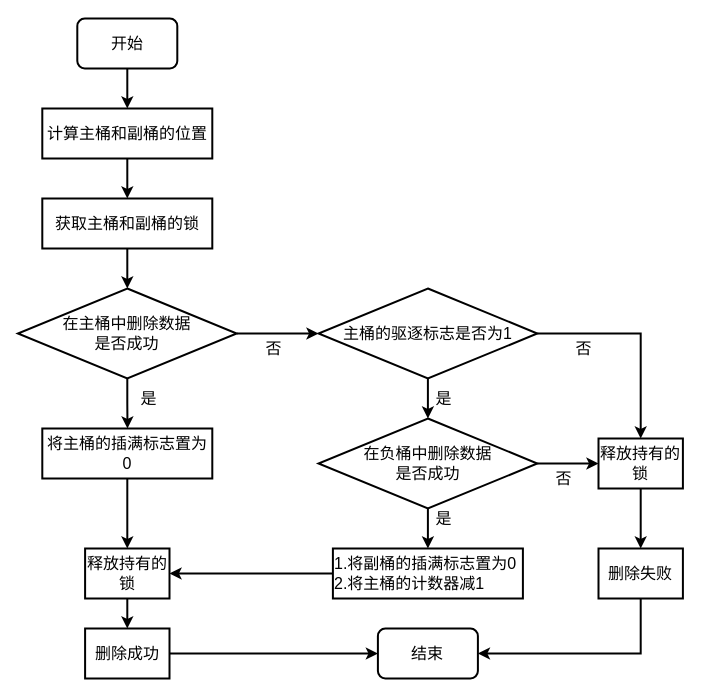
Above: page "删除操作流程" (15 of 17) of 毕业论文.drawio in HustDsy/Picture (draw.io), before the change. Source tidied: cells renumbered, new cells numbered last; positions are measured from the earlier drawing's top-left corner, leaving out a move shared by most shapes. Both pictures are drawn from the tidied source at 100%, with x=0, y=0 at pixel (17, 18).
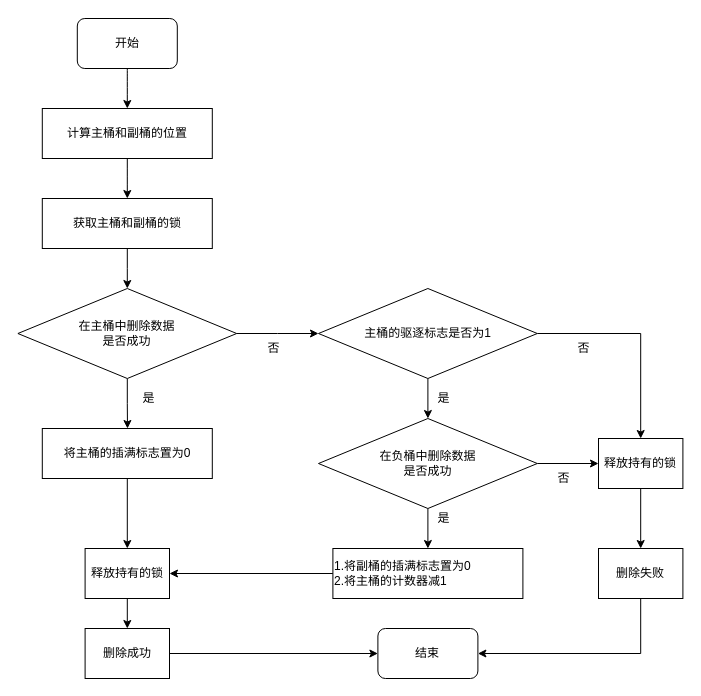
The same page after the edit.

Diff of the diagram source:
```diff
@@
-    <mxCell id="2" style="edgeStyle=orthogonalEdgeStyle;curved=1;rounded=0;jettySize=auto;html=1;exitX=0.5;exitY=1;exitDx=0;exitDy=0;entryX=0.5;entryY=0;entryDx=0;entryDy=0;fontFamily=简宋;fontSize=16;fontColor=default;strokeWidth=2;" parent="1" edge="1" source="3" target="5">
+    <mxCell id="2" style="edgeStyle=orthogonalEdgeStyle;curved=1;rounded=0;jettySize=auto;html=1;exitX=0.5;exitY=1;exitDx=0;exitDy=0;entryX=0.5;entryY=0;entryDx=0;entryDy=0;fontFamily=简宋;fontSize=12;fontColor=default;strokeWidth=1;" parent="1" edge="1" source="3" target="5">
       <mxGeometry relative="1" as="geometry" />
     </mxCell>
-    <mxCell id="3" value="&lt;font style=&quot;font-size: 16px&quot;&gt;开始&lt;/font&gt;" style="rounded=1;whiteSpace=wrap;html=1;comic=0;fontFamily=简宋;fontSize=16;strokeWidth=2;" parent="1" vertex="1">
+    <mxCell id="3" value="&lt;font style=&quot;font-size: 12px;&quot;&gt;开始&lt;/font&gt;" style="rounded=1;whiteSpace=wrap;html=1;comic=0;fontFamily=简宋;fontSize=12;strokeWidth=1;" parent="1" vertex="1">
       <mxGeometry x="59.8" width="100" height="50" as="geometry" />
     </mxCell>
-    <mxCell id="4" style="edgeStyle=orthogonalEdgeStyle;curved=1;rounded=0;jettySize=auto;html=1;exitX=0.5;exitY=1;exitDx=0;exitDy=0;fontFamily=简宋;fontSize=16;fontColor=default;strokeWidth=2;" parent="1" edge="1" source="5">
+    <mxCell id="4" style="edgeStyle=orthogonalEdgeStyle;curved=1;rounded=0;jettySize=auto;html=1;exitX=0.5;exitY=1;exitDx=0;exitDy=0;fontFamily=简宋;fontSize=12;fontColor=default;strokeWidth=1;" parent="1" edge="1" source="5">
       <mxGeometry relative="1" as="geometry">
         <mxPoint x="109.8" y="180" as="targetPoint" />
       </mxGeometry>
     </mxCell>
-    <mxCell id="5" value="计算主桶和副桶的位置" style="rounded=0;whiteSpace=wrap;html=1;comic=0;fontFamily=简宋;fontSize=16;fontColor=default;strokeColor=#000000;strokeWidth=2;fillColor=#FFFFFF;" parent="1" vertex="1">
+    <mxCell id="5" value="计算主桶和副桶的位置" style="rounded=0;whiteSpace=wrap;html=1;comic=0;fontFamily=简宋;fontSize=12;fontColor=default;strokeColor=#000000;strokeWidth=1;fillColor=#FFFFFF;" parent="1" vertex="1">
       <mxGeometry x="24.8" y="90" width="170" height="50" as="geometry" />
     </mxCell>
-    <mxCell id="6" style="edgeStyle=orthogonalEdgeStyle;rounded=0;jettySize=auto;html=1;exitX=0.5;exitY=1;exitDx=0;exitDy=0;fontFamily=简宋;fontSize=16;fontColor=default;strokeWidth=2;" parent="1" edge="1" source="7">
+    <mxCell id="6" style="edgeStyle=orthogonalEdgeStyle;rounded=0;jettySize=auto;html=1;exitX=0.5;exitY=1;exitDx=0;exitDy=0;fontFamily=简宋;fontSize=12;fontColor=default;strokeWidth=1;" parent="1" edge="1" source="7">
       <mxGeometry relative="1" as="geometry">
         <mxPoint x="109.8" y="270" as="targetPoint" />
       </mxGeometry>
     </mxCell>
-    <mxCell id="7" value="获取主桶和副桶的锁" style="rounded=0;whiteSpace=wrap;html=1;comic=0;fontFamily=简宋;fontSize=16;fontColor=default;strokeColor=#000000;strokeWidth=2;fillColor=#FFFFFF;" parent="1" vertex="1">
+    <mxCell id="7" value="获取主桶和副桶的锁" style="rounded=0;whiteSpace=wrap;html=1;comic=0;fontFamily=简宋;fontSize=12;fontColor=default;strokeColor=#000000;strokeWidth=1;fillColor=#FFFFFF;" parent="1" vertex="1">
       <mxGeometry x="24.8" y="180" width="170" height="50" as="geometry" />
     </mxCell>
-    <mxCell id="8" style="edgeStyle=orthogonalEdgeStyle;rounded=0;jettySize=auto;html=1;exitX=1;exitY=0.5;exitDx=0;exitDy=0;exitPerimeter=0;entryX=0.5;entryY=0;entryDx=0;entryDy=0;fontFamily=简宋;fontSize=16;fontColor=default;endArrow=classic;endFill=1;strokeWidth=2;" parent="1" edge="1" source="10" target="29">
+    <mxCell id="8" style="edgeStyle=orthogonalEdgeStyle;rounded=0;jettySize=auto;html=1;exitX=1;exitY=0.5;exitDx=0;exitDy=0;exitPerimeter=0;entryX=0.5;entryY=0;entryDx=0;entryDy=0;fontFamily=简宋;fontSize=12;fontColor=default;endArrow=classic;endFill=1;strokeWidth=1;" parent="1" edge="1" source="10" target="29">
       <mxGeometry relative="1" as="geometry" />
     </mxCell>
-    <mxCell id="9" style="edgeStyle=orthogonalEdgeStyle;rounded=0;jettySize=auto;html=1;exitX=0.5;exitY=1;exitDx=0;exitDy=0;exitPerimeter=0;entryX=0.5;entryY=0;entryDx=0;entryDy=0;entryPerimeter=0;fontFamily=简宋;fontSize=16;fontColor=default;endArrow=classic;endFill=1;strokeWidth=2;" parent="1" edge="1" source="10" target="26">
+    <mxCell id="9" style="edgeStyle=orthogonalEdgeStyle;rounded=0;jettySize=auto;html=1;exitX=0.5;exitY=1;exitDx=0;exitDy=0;exitPerimeter=0;entryX=0.5;entryY=0;entryDx=0;entryDy=0;entryPerimeter=0;fontFamily=简宋;fontSize=12;fontColor=default;endArrow=classic;endFill=1;strokeWidth=1;" parent="1" edge="1" source="10" target="26">
       <mxGeometry relative="1" as="geometry" />
     </mxCell>
-    <mxCell id="10" value="主桶的驱逐标志是否为1" style="strokeWidth=2;html=1;shape=mxgraph.flowchart.decision;whiteSpace=wrap;comic=0;fontFamily=简宋;fontSize=16;fontColor=default;fillColor=#FFFFFF;" parent="1" vertex="1">
+    <mxCell id="10" value="主桶的驱逐标志是否为1" style="strokeWidth=1;html=1;shape=mxgraph.flowchart.decision;whiteSpace=wrap;comic=0;fontFamily=简宋;fontSize=12;fontColor=default;fillColor=#FFFFFF;" parent="1" vertex="1">
       <mxGeometry x="301" y="270" width="218.8" height="90" as="geometry" />
     </mxCell>
-    <mxCell id="11" style="edgeStyle=orthogonalEdgeStyle;rounded=0;jettySize=auto;html=1;exitX=0.5;exitY=1;exitDx=0;exitDy=0;exitPerimeter=0;fontFamily=简宋;fontSize=16;fontColor=default;endArrow=classic;endFill=1;strokeWidth=2;" parent="1" edge="1" source="13">
+    <mxCell id="11" style="edgeStyle=orthogonalEdgeStyle;rounded=0;jettySize=auto;html=1;exitX=0.5;exitY=1;exitDx=0;exitDy=0;exitPerimeter=0;fontFamily=简宋;fontSize=12;fontColor=default;endArrow=classic;endFill=1;strokeWidth=1;" parent="1" edge="1" source="13">
       <mxGeometry relative="1" as="geometry">
         <mxPoint x="110" y="410" as="targetPoint" />
       </mxGeometry>
     </mxCell>
-    <mxCell id="12" style="edgeStyle=orthogonalEdgeStyle;rounded=0;jettySize=auto;html=1;exitX=1;exitY=0.5;exitDx=0;exitDy=0;exitPerimeter=0;fontFamily=简宋;fontSize=16;fontColor=default;endArrow=classic;endFill=1;strokeWidth=2;" parent="1" edge="1" source="13">
+    <mxCell id="12" style="edgeStyle=orthogonalEdgeStyle;rounded=0;jettySize=auto;html=1;exitX=1;exitY=0.5;exitDx=0;exitDy=0;exitPerimeter=0;fontFamily=简宋;fontSize=12;fontColor=default;endArrow=classic;endFill=1;strokeWidth=1;" parent="1" edge="1" source="13">
       <mxGeometry relative="1" as="geometry">
         <mxPoint x="301" y="315" as="targetPoint" />
       </mxGeometry>
     </mxCell>
-    <mxCell id="13" value="在主桶中删除数据&lt;br style=&quot;font-size: 16px;&quot;&gt;是否成功" style="strokeWidth=2;html=1;shape=mxgraph.flowchart.decision;whiteSpace=wrap;comic=0;fontFamily=简宋;fontSize=16;fontColor=default;fillColor=#FFFFFF;" parent="1" vertex="1">
+    <mxCell id="13" value="在主桶中删除数据&lt;br style=&quot;font-size: 12px;&quot;&gt;是否成功" style="strokeWidth=1;html=1;shape=mxgraph.flowchart.decision;whiteSpace=wrap;comic=0;fontFamily=简宋;fontSize=12;fontColor=default;fillColor=#FFFFFF;" parent="1" vertex="1">
       <mxGeometry x="0.4" y="270" width="218.8" height="90" as="geometry" />
     </mxCell>
-    <mxCell id="14" value="是" style="text;html=1;align=center;verticalAlign=middle;strokeColor=none;fillColor=none;fontSize=16;fontFamily=简宋;fontColor=default;" parent="1" vertex="1">
+    <mxCell id="14" value="是" style="text;html=1;align=center;verticalAlign=middle;strokeColor=none;fillColor=none;fontSize=12;fontFamily=简宋;fontColor=default;strokeWidth=1;" parent="1" vertex="1">
       <mxGeometry x="116" y="370" width="30" height="20" as="geometry" />
     </mxCell>
-    <mxCell id="15" value="否" style="text;html=1;align=center;verticalAlign=middle;strokeColor=none;fillColor=none;fontSize=16;fontFamily=简宋;fontColor=default;" parent="1" vertex="1">
+    <mxCell id="15" value="否" style="text;html=1;align=center;verticalAlign=middle;strokeColor=none;fillColor=none;fontSize=12;fontFamily=简宋;fontColor=default;strokeWidth=1;" parent="1" vertex="1">
       <mxGeometry x="241" y="320" width="30" height="20" as="geometry" />
     </mxCell>
-    <mxCell id="16" style="edgeStyle=orthogonalEdgeStyle;rounded=0;jettySize=auto;html=1;exitX=0.5;exitY=1;exitDx=0;exitDy=0;entryX=0.5;entryY=0;entryDx=0;entryDy=0;fontFamily=简宋;fontSize=16;fontColor=default;endArrow=classic;endFill=1;strokeWidth=2;" parent="1" edge="1" source="17" target="22">
+    <mxCell id="16" style="edgeStyle=orthogonalEdgeStyle;rounded=0;jettySize=auto;html=1;exitX=0.5;exitY=1;exitDx=0;exitDy=0;entryX=0.5;entryY=0;entryDx=0;entryDy=0;fontFamily=简宋;fontSize=12;fontColor=default;endArrow=classic;endFill=1;strokeWidth=1;" parent="1" edge="1" source="17" target="22">
       <mxGeometry relative="1" as="geometry" />
     </mxCell>
-    <mxCell id="17" value="将主桶的插满标志置为0" style="rounded=0;whiteSpace=wrap;html=1;comic=0;fontFamily=简宋;fontSize=16;fontColor=default;strokeColor=#000000;strokeWidth=2;fillColor=#FFFFFF;" parent="1" vertex="1">
+    <mxCell id="17" value="将主桶的插满标志置为0" style="rounded=0;whiteSpace=wrap;html=1;comic=0;fontFamily=简宋;fontSize=12;fontColor=default;strokeColor=#000000;strokeWidth=1;fillColor=#FFFFFF;" parent="1" vertex="1">
       <mxGeometry x="24.8" y="410" width="170" height="50" as="geometry" />
     </mxCell>
-    <mxCell id="18" value="是" style="text;html=1;align=center;verticalAlign=middle;strokeColor=none;fillColor=none;fontSize=16;fontFamily=简宋;fontColor=default;" parent="1" vertex="1">
+    <mxCell id="18" value="是" style="text;html=1;align=center;verticalAlign=middle;strokeColor=none;fillColor=none;fontSize=12;fontFamily=简宋;fontColor=default;strokeWidth=1;" parent="1" vertex="1">
       <mxGeometry x="411" y="370" width="30" height="20" as="geometry" />
     </mxCell>
-    <mxCell id="19" style="edgeStyle=orthogonalEdgeStyle;rounded=0;jettySize=auto;html=1;exitX=0;exitY=0.5;exitDx=0;exitDy=0;entryX=1;entryY=0.5;entryDx=0;entryDy=0;fontFamily=简宋;fontSize=16;fontColor=default;endArrow=classic;endFill=1;strokeWidth=2;" parent="1" edge="1" source="20" target="22">
+    <mxCell id="19" style="edgeStyle=orthogonalEdgeStyle;rounded=0;jettySize=auto;html=1;exitX=0;exitY=0.5;exitDx=0;exitDy=0;entryX=1;entryY=0.5;entryDx=0;entryDy=0;fontFamily=简宋;fontSize=12;fontColor=default;endArrow=classic;endFill=1;strokeWidth=1;" parent="1" edge="1" source="20" target="22">
       <mxGeometry relative="1" as="geometry" />
     </mxCell>
-    <mxCell id="20" value="1.将副桶的插满标志置为0&lt;br style=&quot;font-size: 16px;&quot;&gt;2.将主桶的计数器减1" style="rounded=0;whiteSpace=wrap;html=1;comic=0;fontFamily=简宋;fontSize=16;fontColor=default;strokeColor=#000000;strokeWidth=2;fillColor=#FFFFFF;align=left;" parent="1" vertex="1">
+    <mxCell id="20" value="1.将副桶的插满标志置为0&lt;br style=&quot;font-size: 12px;&quot;&gt;2.将主桶的计数器减1" style="rounded=0;whiteSpace=wrap;html=1;comic=0;fontFamily=简宋;fontSize=12;fontColor=default;strokeColor=#000000;strokeWidth=1;fillColor=#FFFFFF;align=left;" parent="1" vertex="1">
       <mxGeometry x="315.4" y="530" width="190" height="50" as="geometry" />
     </mxCell>
-    <mxCell id="21" style="edgeStyle=orthogonalEdgeStyle;rounded=0;jettySize=auto;html=1;exitX=0.5;exitY=1;exitDx=0;exitDy=0;entryX=0.5;entryY=0;entryDx=0;entryDy=0;fontFamily=简宋;fontSize=16;fontColor=default;endArrow=classic;endFill=1;strokeWidth=2;" parent="1" edge="1" source="22" target="34">
+    <mxCell id="21" style="edgeStyle=orthogonalEdgeStyle;rounded=0;jettySize=auto;html=1;exitX=0.5;exitY=1;exitDx=0;exitDy=0;entryX=0.5;entryY=0;entryDx=0;entryDy=0;fontFamily=简宋;fontSize=12;fontColor=default;endArrow=classic;endFill=1;strokeWidth=1;" parent="1" edge="1" source="22" target="34">
       <mxGeometry relative="1" as="geometry" />
     </mxCell>
-    <mxCell id="22" value="释放持有的锁" style="rounded=0;whiteSpace=wrap;html=1;comic=0;fontFamily=简宋;fontSize=16;fontColor=default;strokeColor=#000000;strokeWidth=2;fillColor=#FFFFFF;" parent="1" vertex="1">
+    <mxCell id="22" value="释放持有的锁" style="rounded=0;whiteSpace=wrap;html=1;comic=0;fontFamily=简宋;fontSize=12;fontColor=default;strokeColor=#000000;strokeWidth=1;fillColor=#FFFFFF;" parent="1" vertex="1">
       <mxGeometry x="67.6" y="530" width="84.4" height="50" as="geometry" />
     </mxCell>
-    <mxCell id="23" value="否" style="text;html=1;align=center;verticalAlign=middle;strokeColor=none;fillColor=none;fontSize=16;fontFamily=简宋;fontColor=default;" parent="1" vertex="1">
+    <mxCell id="23" value="否" style="text;html=1;align=center;verticalAlign=middle;strokeColor=none;fillColor=none;fontSize=12;fontFamily=简宋;fontColor=default;strokeWidth=1;" parent="1" vertex="1">
       <mxGeometry x="551" y="320" width="30" height="20" as="geometry" />
     </mxCell>
-    <mxCell id="24" style="edgeStyle=orthogonalEdgeStyle;rounded=0;jettySize=auto;html=1;exitX=0.5;exitY=1;exitDx=0;exitDy=0;exitPerimeter=0;entryX=0.5;entryY=0;entryDx=0;entryDy=0;fontFamily=简宋;fontSize=16;fontColor=default;endArrow=classic;endFill=1;strokeWidth=2;" parent="1" edge="1" source="26" target="20">
+    <mxCell id="24" style="edgeStyle=orthogonalEdgeStyle;rounded=0;jettySize=auto;html=1;exitX=0.5;exitY=1;exitDx=0;exitDy=0;exitPerimeter=0;entryX=0.5;entryY=0;entryDx=0;entryDy=0;fontFamily=简宋;fontSize=12;fontColor=default;endArrow=classic;endFill=1;strokeWidth=1;" parent="1" edge="1" source="26" target="20">
       <mxGeometry relative="1" as="geometry" />
     </mxCell>
-    <mxCell id="25" style="edgeStyle=orthogonalEdgeStyle;rounded=0;jettySize=auto;html=1;exitX=1;exitY=0.5;exitDx=0;exitDy=0;exitPerimeter=0;entryX=0;entryY=0.5;entryDx=0;entryDy=0;fontFamily=简宋;fontSize=16;fontColor=default;endArrow=classic;endFill=1;strokeWidth=2;" parent="1" edge="1" source="26" target="29">
+    <mxCell id="25" style="edgeStyle=orthogonalEdgeStyle;rounded=0;jettySize=auto;html=1;exitX=1;exitY=0.5;exitDx=0;exitDy=0;exitPerimeter=0;entryX=0;entryY=0.5;entryDx=0;entryDy=0;fontFamily=简宋;fontSize=12;fontColor=default;endArrow=classic;endFill=1;strokeWidth=1;" parent="1" edge="1" source="26" target="29">
       <mxGeometry relative="1" as="geometry" />
     </mxCell>
-    <mxCell id="26" value="在负桶中删除数据&lt;br style=&quot;font-size: 16px;&quot;&gt;是否成功" style="strokeWidth=2;html=1;shape=mxgraph.flowchart.decision;whiteSpace=wrap;comic=0;fontFamily=简宋;fontSize=16;fontColor=default;fillColor=#FFFFFF;" parent="1" vertex="1">
+    <mxCell id="26" value="在负桶中删除数据&lt;br style=&quot;font-size: 12px;&quot;&gt;是否成功" style="strokeWidth=1;html=1;shape=mxgraph.flowchart.decision;whiteSpace=wrap;comic=0;fontFamily=简宋;fontSize=12;fontColor=default;fillColor=#FFFFFF;" parent="1" vertex="1">
       <mxGeometry x="301" y="400" width="218.8" height="90" as="geometry" />
     </mxCell>
-    <mxCell id="27" value="是" style="text;html=1;align=center;verticalAlign=middle;strokeColor=none;fillColor=none;fontSize=16;fontFamily=简宋;fontColor=default;" parent="1" vertex="1">
+    <mxCell id="27" value="是" style="text;html=1;align=center;verticalAlign=middle;strokeColor=none;fillColor=none;fontSize=12;fontFamily=简宋;fontColor=default;strokeWidth=1;" parent="1" vertex="1">
       <mxGeometry x="411" y="490" width="30" height="20" as="geometry" />
     </mxCell>
-    <mxCell id="28" style="edgeStyle=orthogonalEdgeStyle;rounded=0;jettySize=auto;html=1;exitX=0.5;exitY=1;exitDx=0;exitDy=0;fontFamily=简宋;fontSize=16;fontColor=default;endArrow=classic;endFill=1;strokeWidth=2;" parent="1" edge="1" source="29" target="32">
+    <mxCell id="28" style="edgeStyle=orthogonalEdgeStyle;rounded=0;jettySize=auto;html=1;exitX=0.5;exitY=1;exitDx=0;exitDy=0;fontFamily=简宋;fontSize=12;fontColor=default;endArrow=classic;endFill=1;strokeWidth=1;" parent="1" edge="1" source="29" target="32">
       <mxGeometry relative="1" as="geometry" />
     </mxCell>
-    <mxCell id="29" value="释放持有的锁" style="rounded=0;whiteSpace=wrap;html=1;comic=0;fontFamily=简宋;fontSize=16;fontColor=default;strokeColor=#000000;strokeWidth=2;fillColor=#FFFFFF;" parent="1" vertex="1">
+    <mxCell id="29" value="释放持有的锁" style="rounded=0;whiteSpace=wrap;html=1;comic=0;fontFamily=简宋;fontSize=12;fontColor=default;strokeColor=#000000;strokeWidth=1;fillColor=#FFFFFF;" parent="1" vertex="1">
       <mxGeometry x="581" y="420" width="84.4" height="50" as="geometry" />
     </mxCell>
-    <mxCell id="30" value="否" style="text;html=1;align=center;verticalAlign=middle;strokeColor=none;fillColor=none;fontSize=16;fontFamily=简宋;fontColor=default;" parent="1" vertex="1">
+    <mxCell id="30" value="否" style="text;html=1;align=center;verticalAlign=middle;strokeColor=none;fillColor=none;fontSize=12;fontFamily=简宋;fontColor=default;strokeWidth=1;" parent="1" vertex="1">
       <mxGeometry x="531" y="450" width="30" height="20" as="geometry" />
     </mxCell>
-    <mxCell id="31" style="edgeStyle=orthogonalEdgeStyle;rounded=0;jettySize=auto;html=1;exitX=0.5;exitY=1;exitDx=0;exitDy=0;entryX=1;entryY=0.5;entryDx=0;entryDy=0;fontFamily=简宋;fontSize=16;fontColor=default;endArrow=classic;endFill=1;strokeWidth=2;" parent="1" edge="1" source="32" target="35">
+    <mxCell id="31" style="edgeStyle=orthogonalEdgeStyle;rounded=0;jettySize=auto;html=1;exitX=0.5;exitY=1;exitDx=0;exitDy=0;entryX=1;entryY=0.5;entryDx=0;entryDy=0;fontFamily=简宋;fontSize=12;fontColor=default;endArrow=classic;endFill=1;strokeWidth=1;" parent="1" edge="1" source="32" target="35">
       <mxGeometry relative="1" as="geometry" />
     </mxCell>
-    <mxCell id="32" value="删除失败" style="rounded=0;whiteSpace=wrap;html=1;comic=0;fontFamily=简宋;fontSize=16;fontColor=default;strokeColor=#000000;strokeWidth=2;fillColor=#FFFFFF;" parent="1" vertex="1">
+    <mxCell id="32" value="删除失败" style="rounded=0;whiteSpace=wrap;html=1;comic=0;fontFamily=简宋;fontSize=12;fontColor=default;strokeColor=#000000;strokeWidth=1;fillColor=#FFFFFF;" parent="1" vertex="1">
       <mxGeometry x="581" y="530" width="84.4" height="50" as="geometry" />
     </mxCell>
-    <mxCell id="33" style="edgeStyle=orthogonalEdgeStyle;rounded=0;jettySize=auto;html=1;exitX=1;exitY=0.5;exitDx=0;exitDy=0;entryX=0;entryY=0.5;entryDx=0;entryDy=0;fontFamily=简宋;fontSize=16;fontColor=default;endArrow=classic;endFill=1;strokeWidth=2;" parent="1" edge="1" source="34" target="35">
+    <mxCell id="33" style="edgeStyle=orthogonalEdgeStyle;rounded=0;jettySize=auto;html=1;exitX=1;exitY=0.5;exitDx=0;exitDy=0;entryX=0;entryY=0.5;entryDx=0;entryDy=0;fontFamily=简宋;fontSize=12;fontColor=default;endArrow=classic;endFill=1;strokeWidth=1;" parent="1" edge="1" source="34" target="35">
       <mxGeometry relative="1" as="geometry" />
     </mxCell>
-    <mxCell id="34" value="删除成功" style="rounded=0;whiteSpace=wrap;html=1;comic=0;fontFamily=简宋;fontSize=16;fontColor=default;strokeColor=#000000;strokeWidth=2;fillColor=#FFFFFF;" parent="1" vertex="1">
+    <mxCell id="34" value="删除成功" style="rounded=0;whiteSpace=wrap;html=1;comic=0;fontFamily=简宋;fontSize=12;fontColor=default;strokeColor=#000000;strokeWidth=1;fillColor=#FFFFFF;" parent="1" vertex="1">
       <mxGeometry x="67.6" y="610" width="84.4" height="50" as="geometry" />
     </mxCell>
-    <mxCell id="35" value="&lt;font style=&quot;font-size: 16px&quot;&gt;结束&lt;/font&gt;" style="rounded=1;whiteSpace=wrap;html=1;comic=0;fontFamily=简宋;fontSize=16;strokeWidth=2;" parent="1" vertex="1">
+    <mxCell id="35" value="&lt;font style=&quot;font-size: 12px;&quot;&gt;结束&lt;/font&gt;" style="rounded=1;whiteSpace=wrap;html=1;comic=0;fontFamily=简宋;fontSize=12;strokeWidth=1;" parent="1" vertex="1">
       <mxGeometry x="360.4" y="610" width="100" height="50" as="geometry" />
     </mxCell>
```
